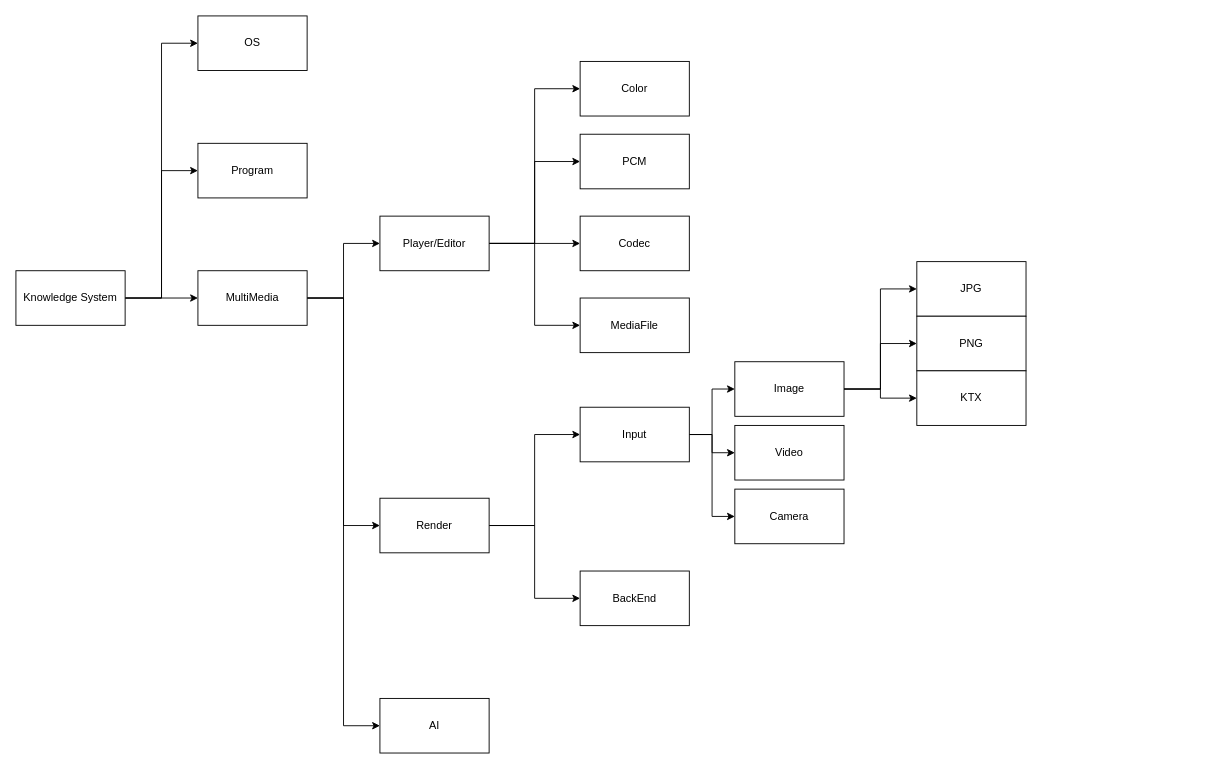
Earlier version of the draw.io diagram KnowledgeSystem.drawio (loleng/mediatools). Source tidied: cells renumbered, new cells numbered last; positions are measured from the earlier drawing's top-left corner, leaving out a move shared by most shapes. Both pictures are drawn from the tidied source at 91%, with x=0, y=0 at pixel (15, 15).
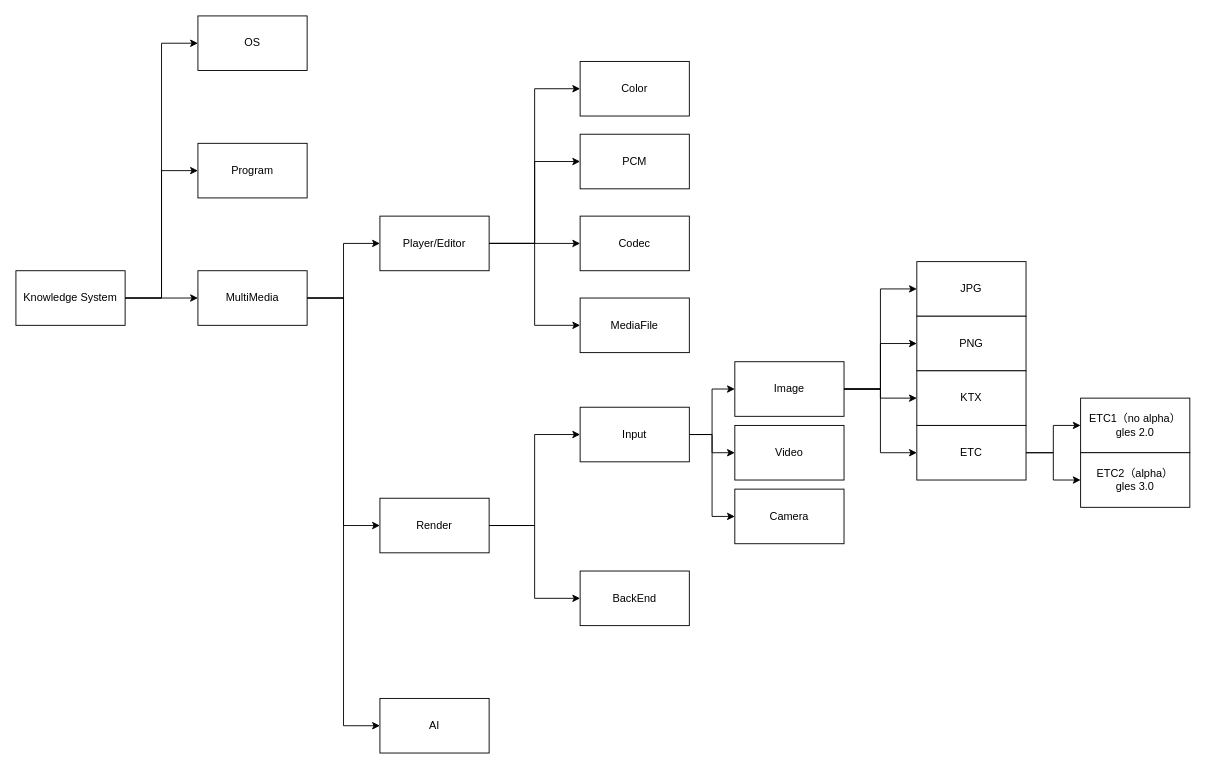
The same page after the edit.

The change refers to these unchanged cells:
```xml
<mxCell id="32" value="Image" style="whiteSpace=wrap;html=1;" parent="1" vertex="1">
  <mxGeometry x="790" y="380" width="120" height="60" as="geometry" />
</mxCell>
```

The edit, as a diff of the source:
```diff
@@
+    <mxCell id="39" style="edgeStyle=orthogonalEdgeStyle;rounded=0;jettySize=auto;html=1;entryX=0;entryY=0.5;entryDx=0;entryDy=0;" parent="1" edge="1" source="32" target="42">
+      <mxGeometry relative="1" as="geometry" />
+    </mxCell>
@@
+    <mxCell id="40" style="edgeStyle=orthogonalEdgeStyle;rounded=0;jettySize=auto;html=1;" parent="1" edge="1" source="42" target="43">
+      <mxGeometry relative="1" as="geometry" />
+    </mxCell>
+    <mxCell id="41" style="edgeStyle=orthogonalEdgeStyle;rounded=0;jettySize=auto;html=1;entryX=0;entryY=0.5;entryDx=0;entryDy=0;" parent="1" edge="1" source="42" target="44">
+      <mxGeometry relative="1" as="geometry" />
+    </mxCell>
+    <mxCell id="42" value="ETC" style="whiteSpace=wrap;html=1;" parent="1" vertex="1">
+      <mxGeometry x="990" y="450" width="120" height="60" as="geometry" />
+    </mxCell>
+    <mxCell id="43" value="ETC1（no alpha）&lt;br&gt;gles 2.0" style="whiteSpace=wrap;html=1;" parent="1" vertex="1">
+      <mxGeometry x="1170" y="420" width="120" height="60" as="geometry" />
+    </mxCell>
+    <mxCell id="44" value="ETC2（alpha）&lt;br&gt;gles 3.0" style="whiteSpace=wrap;html=1;" parent="1" vertex="1">
+      <mxGeometry x="1170" y="480" width="120" height="60" as="geometry" />
+    </mxCell>
```
